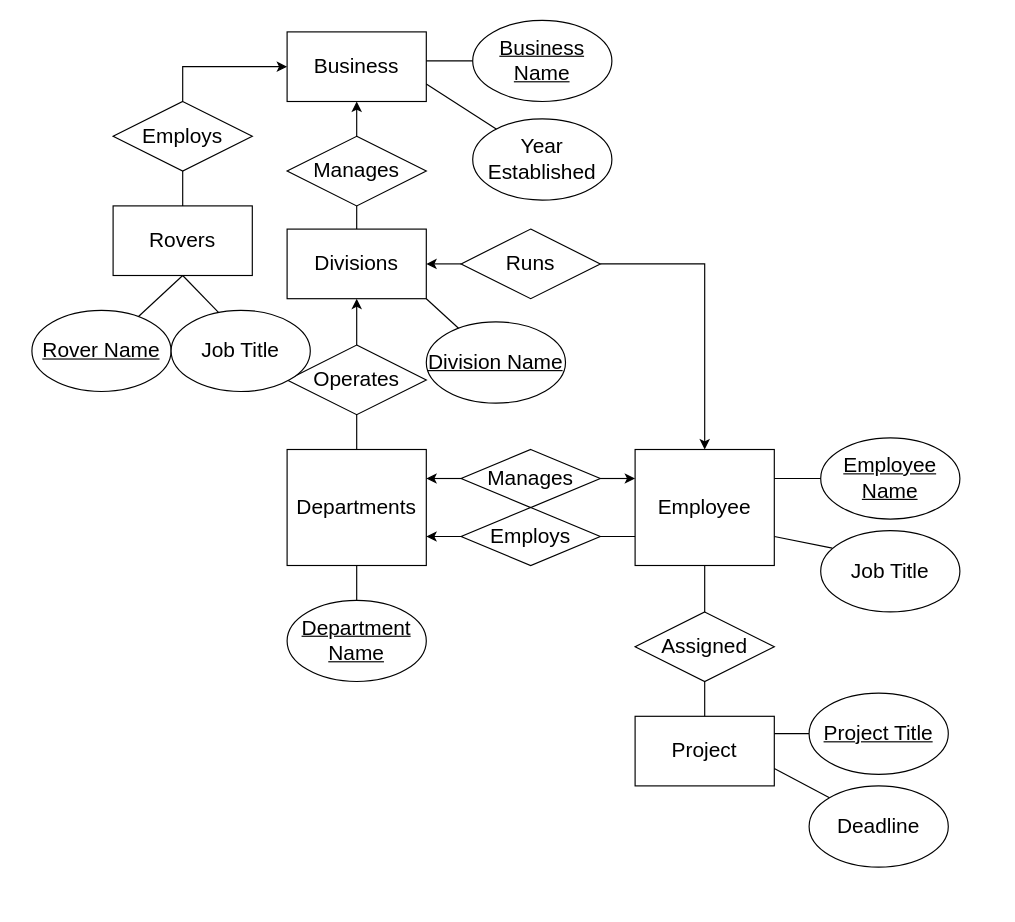
Before: business.drawio in lucylee-412/CISC-3810, a draw.io diagram. Source tidied: cells renumbered, new cells numbered last; positions are measured from the earlier drawing's top-left corner, leaving out a move shared by most shapes. Both pictures are drawn from the tidied source at 116%, with x=0, y=0 at pixel (31, 20).
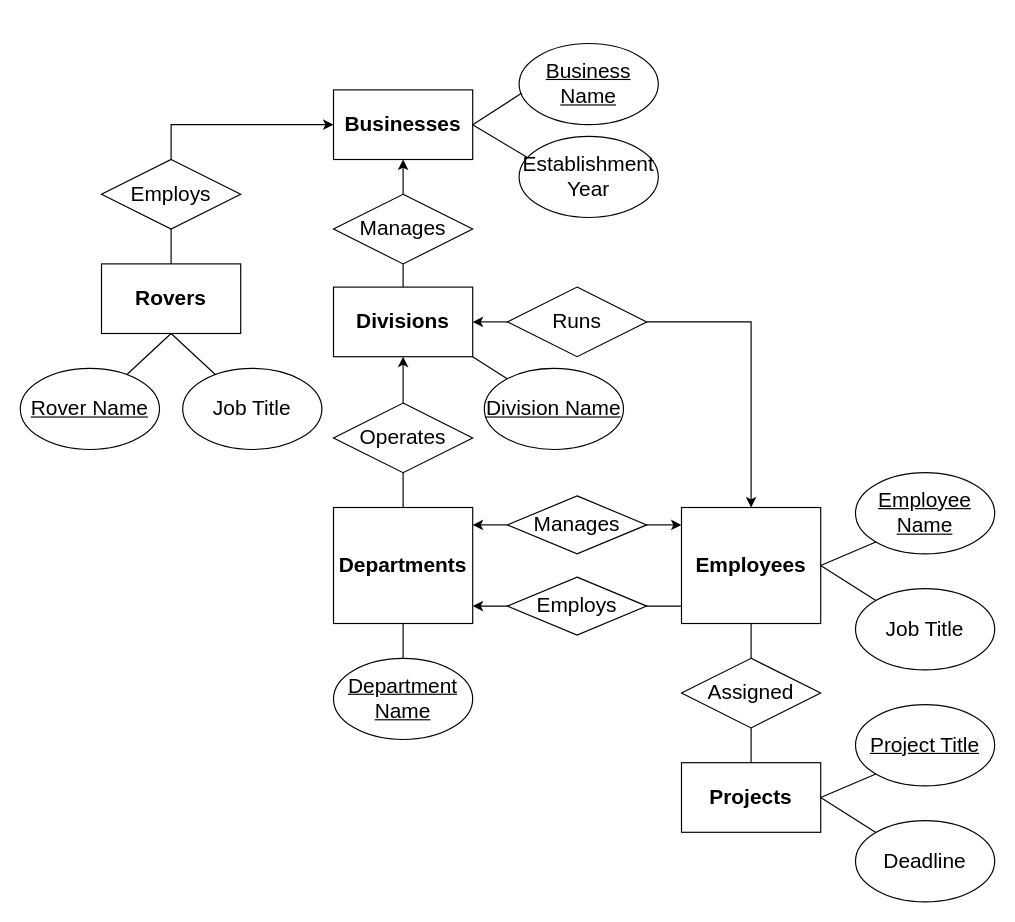
The same diagram, later.

Commit message:
Fix spacing for readability

Change to the diagram source:
```diff
@@
-    <mxCell id="2" value="&lt;font style=&quot;font-size: 18px&quot;&gt;Departments&lt;/font&gt;" style="rounded=0;whiteSpace=wrap;html=1;" parent="1" vertex="1">
-      <mxGeometry x="220" y="370" width="120" height="100" as="geometry" />
+    <mxCell id="2" value="&lt;font style=&quot;font-size: 18px&quot;&gt;&lt;b&gt;Departments&lt;/b&gt;&lt;/font&gt;" style="rounded=0;whiteSpace=wrap;html=1;" parent="1" vertex="1">
+      <mxGeometry x="260" y="420" width="120" height="100" as="geometry" />
     </mxCell>
     <mxCell id="3" value="Manages" style="rhombus;whiteSpace=wrap;html=1;fontSize=18;" parent="1" vertex="1">
-      <mxGeometry x="370" y="370" width="120" height="50" as="geometry" />
+      <mxGeometry x="410" y="410" width="120" height="50" as="geometry" />
     </mxCell>
-    <mxCell id="4" value="&lt;font style=&quot;font-size: 18px&quot;&gt;Employee&lt;/font&gt;" style="rounded=0;whiteSpace=wrap;html=1;" parent="1" vertex="1">
-      <mxGeometry x="520" y="370" width="120" height="100" as="geometry" />
+    <mxCell id="4" value="&lt;font style=&quot;font-size: 18px&quot;&gt;&lt;b&gt;Employees&lt;/b&gt;&lt;/font&gt;" style="rounded=0;whiteSpace=wrap;html=1;" parent="1" vertex="1">
+      <mxGeometry x="560" y="420" width="120" height="100" as="geometry" />
     </mxCell>
@@
-    <mxCell id="6" value="&lt;font style=&quot;font-size: 18px&quot;&gt;Business&lt;/font&gt;" style="rounded=0;whiteSpace=wrap;html=1;" parent="1" vertex="1">
-      <mxGeometry x="220" y="10" width="120" height="60" as="geometry" />
+    <mxCell id="6" value="&lt;font style=&quot;font-size: 18px&quot;&gt;&lt;b&gt;Businesses&lt;/b&gt;&lt;/font&gt;" style="rounded=0;whiteSpace=wrap;html=1;" parent="1" vertex="1">
+      <mxGeometry x="260" y="60" width="120" height="60" as="geometry" />
     </mxCell>
-    <mxCell id="7" style="endArrow=classic;html=1;rounded=0;entryX=1;entryY=0.25;entryDx=0;entryDy=0;" parent="1" edge="1" source="3" target="2">
-      <mxGeometry relative="1" as="geometry" />
+    <mxCell id="7" style="endArrow=classic;html=1;rounded=0;entryX=1;entryY=0.25;entryDx=0;entryDy=0;" parent="1" edge="1" source="3">
+      <mxGeometry relative="1" as="geometry">
+        <mxPoint x="380" y="435" as="targetPoint" />
+      </mxGeometry>
     </mxCell>
-    <mxCell id="8" value="&lt;font style=&quot;font-size: 18px&quot;&gt;Rovers&lt;/font&gt;" style="rounded=0;whiteSpace=wrap;html=1;" parent="1" vertex="1">
-      <mxGeometry x="70" y="160" width="120" height="60" as="geometry" />
+    <mxCell id="8" value="&lt;font style=&quot;font-size: 18px&quot;&gt;&lt;b&gt;Rovers&lt;/b&gt;&lt;/font&gt;" style="rounded=0;whiteSpace=wrap;html=1;" parent="1" vertex="1">
+      <mxGeometry x="60" y="210" width="120" height="60" as="geometry" />
     </mxCell>
     <mxCell id="9" style="endArrow=classic;html=1;rounded=0;fontSize=16;exitX=0.5;exitY=0;exitDx=0;exitDy=0;entryX=0;entryY=0.5;entryDx=0;entryDy=0;startArrow=none;" parent="1" edge="1" source="14" target="6">
       <mxGeometry relative="1" as="geometry">
         <Array as="points">
-          <mxPoint x="130" y="40" />
+          <mxPoint x="120" y="90" />
         </Array>
       </mxGeometry>
     </mxCell>
-    <mxCell id="10" value="&lt;font style=&quot;font-size: 18px&quot;&gt;Divisions&lt;/font&gt;" style="rounded=0;whiteSpace=wrap;html=1;" parent="1" vertex="1">
-      <mxGeometry x="220" y="180" width="120" height="60" as="geometry" />
+    <mxCell id="10" value="&lt;font style=&quot;font-size: 18px&quot;&gt;&lt;b&gt;Divisions&lt;/b&gt;&lt;/font&gt;" style="rounded=0;whiteSpace=wrap;html=1;" parent="1" vertex="1">
+      <mxGeometry x="260" y="230" width="120" height="60" as="geometry" />
     </mxCell>
@@
-    <mxCell id="12" value="&lt;font style=&quot;font-size: 18px&quot;&gt;Project&lt;/font&gt;" style="rounded=0;whiteSpace=wrap;html=1;" parent="1" vertex="1">
-      <mxGeometry x="520" y="600" width="120" height="60" as="geometry" />
+    <mxCell id="12" value="&lt;font style=&quot;font-size: 18px&quot;&gt;&lt;b&gt;Projects&lt;/b&gt;&lt;/font&gt;" style="rounded=0;whiteSpace=wrap;html=1;" parent="1" vertex="1">
+      <mxGeometry x="560" y="640" width="120" height="60" as="geometry" />
     </mxCell>
     <mxCell id="13" value="Manages" style="rhombus;whiteSpace=wrap;html=1;fontSize=18;" parent="1" vertex="1">
-      <mxGeometry x="220" y="100" width="120" height="60" as="geometry" />
+      <mxGeometry x="260" y="150" width="120" height="60" as="geometry" />
     </mxCell>
     <mxCell id="14" value="Employs" style="rhombus;whiteSpace=wrap;html=1;fontSize=18;" parent="1" vertex="1">
-      <mxGeometry x="70" y="70" width="120" height="60" as="geometry" />
+      <mxGeometry x="60" y="120" width="120" height="60" as="geometry" />
     </mxCell>
@@
     <mxCell id="16" value="Operates" style="rhombus;whiteSpace=wrap;html=1;fontSize=18;" parent="1" vertex="1">
-      <mxGeometry x="220" y="280" width="120" height="60" as="geometry" />
+      <mxGeometry x="260" y="330" width="120" height="60" as="geometry" />
     </mxCell>
@@
     <mxCell id="18" value="Runs" style="rhombus;whiteSpace=wrap;html=1;fontSize=18;" parent="1" vertex="1">
-      <mxGeometry x="370" y="180" width="120" height="60" as="geometry" />
+      <mxGeometry x="410" y="230" width="120" height="60" as="geometry" />
     </mxCell>
@@
     <mxCell id="20" style="endArrow=classic;html=1;rounded=0;exitX=1;exitY=0.5;exitDx=0;exitDy=0;entryX=0.5;entryY=0;entryDx=0;entryDy=0;" parent="1" edge="1" source="18" target="4">
       <mxGeometry relative="1" as="geometry">
         <Array as="points">
-          <mxPoint x="580" y="210" />
+          <mxPoint x="620" y="260" />
         </Array>
       </mxGeometry>
     </mxCell>
@@
     <mxCell id="22" style="endArrow=none;html=1;rounded=0;exitX=0.5;exitY=0;exitDx=0;exitDy=0;startArrow=none;" parent="1" edge="1" source="26">
       <mxGeometry relative="1" as="geometry">
-        <mxPoint x="580" y="520" as="targetPoint" />
+        <mxPoint x="620" y="570" as="targetPoint" />
       </mxGeometry>
     </mxCell>
-    <mxCell id="23" style="endArrow=classic;html=1;rounded=0;entryX=0;entryY=0.25;entryDx=0;entryDy=0;exitX=1;exitY=0.5;exitDx=0;exitDy=0;" parent="1" edge="1" source="3" target="4">
-      <mxGeometry relative="1" as="geometry" />
+    <mxCell id="23" style="endArrow=classic;html=1;rounded=0;entryX=0;entryY=0.25;entryDx=0;entryDy=0;exitX=1;exitY=0.5;exitDx=0;exitDy=0;" parent="1" edge="1" source="3">
+      <mxGeometry relative="1" as="geometry">
+        <mxPoint x="560" y="435" as="targetPoint" />
+      </mxGeometry>
     </mxCell>
-    <mxCell id="24" style="endArrow=classic;html=1;rounded=0;fontSize=16;exitX=0;exitY=0.75;exitDx=0;exitDy=0;startArrow=none;entryX=1;entryY=0.75;entryDx=0;entryDy=0;" parent="1" edge="1" source="4" target="2">
-      <mxGeometry relative="1" as="geometry" />
+    <mxCell id="24" style="endArrow=classic;html=1;rounded=0;fontSize=16;exitX=0;exitY=0.75;exitDx=0;exitDy=0;startArrow=none;entryX=1;entryY=0.75;entryDx=0;entryDy=0;" parent="1" edge="1">
+      <mxGeometry relative="1" as="geometry">
+        <mxPoint x="560" y="505" as="sourcePoint" />
+        <mxPoint x="380" y="505" as="targetPoint" />
+      </mxGeometry>
     </mxCell>
     <mxCell id="25" value="Employs" style="rhombus;whiteSpace=wrap;html=1;fontSize=18;" parent="1" vertex="1">
-      <mxGeometry x="370" y="420" width="120" height="50" as="geometry" />
+      <mxGeometry x="410" y="480" width="120" height="50" as="geometry" />
     </mxCell>
     <mxCell id="26" value="Assigned" style="rhombus;whiteSpace=wrap;html=1;fontSize=18;" parent="1" vertex="1">
-      <mxGeometry x="520" y="510" width="120" height="60" as="geometry" />
+      <mxGeometry x="560" y="550" width="120" height="60" as="geometry" />
     </mxCell>
@@
     <mxCell id="28" value="&lt;font style=&quot;font-size: 18px&quot;&gt;&lt;u&gt;Employee&lt;br&gt;Name&lt;/u&gt;&lt;br&gt;&lt;/font&gt;" style="ellipse;whiteSpace=wrap;html=1;" parent="1" vertex="1">
-      <mxGeometry x="680" y="360" width="120" height="70" as="geometry" />
+      <mxGeometry x="710" y="390" width="120" height="70" as="geometry" />
     </mxCell>
-    <mxCell id="29" style="endArrow=none;html=1;rounded=0;fontSize=18;exitX=1;exitY=0.25;exitDx=0;exitDy=0;entryX=0;entryY=0.5;entryDx=0;entryDy=0;" parent="1" edge="1" source="4" target="28">
+    <mxCell id="29" style="endArrow=none;html=1;rounded=0;fontSize=18;exitX=1;exitY=0.5;exitDx=0;exitDy=0;entryX=0;entryY=1;entryDx=0;entryDy=0;" parent="1" edge="1" source="4" target="28">
       <mxGeometry relative="1" as="geometry" />
     </mxCell>
-    <mxCell id="30" style="endArrow=none;html=1;rounded=0;fontSize=18;exitX=1;exitY=0.25;exitDx=0;exitDy=0;" parent="1" edge="1" source="12">
-      <mxGeometry relative="1" as="geometry">
-        <mxPoint x="670" y="615" as="targetPoint" />
-      </mxGeometry>
+    <mxCell id="30" style="endArrow=none;html=1;rounded=0;fontSize=18;exitX=1;exitY=0.5;exitDx=0;exitDy=0;entryX=0;entryY=1;entryDx=0;entryDy=0;" parent="1" edge="1" source="12" target="31">
+      <mxGeometry relative="1" as="geometry" />
     </mxCell>
     <mxCell id="31" value="&lt;font style=&quot;font-size: 18px&quot;&gt;&lt;u&gt;Project Title&lt;/u&gt;&lt;br&gt;&lt;/font&gt;" style="ellipse;whiteSpace=wrap;html=1;" parent="1" vertex="1">
-      <mxGeometry x="670" y="580" width="120" height="70" as="geometry" />
+      <mxGeometry x="710" y="590" width="120" height="70" as="geometry" />
     </mxCell>
-    <mxCell id="32" style="endArrow=none;html=1;rounded=0;fontSize=18;exitX=1;exitY=0.75;exitDx=0;exitDy=0;entryX=0;entryY=0;entryDx=0;entryDy=0;" parent="1" edge="1" source="12" target="33">
+    <mxCell id="32" style="endArrow=none;html=1;rounded=0;fontSize=18;exitX=1;exitY=0.5;exitDx=0;exitDy=0;entryX=0;entryY=0;entryDx=0;entryDy=0;" parent="1" edge="1" source="12" target="33">
       <mxGeometry relative="1" as="geometry" />
     </mxCell>
     <mxCell id="33" value="&lt;font style=&quot;font-size: 18px&quot;&gt;Deadline&lt;br&gt;&lt;/font&gt;" style="ellipse;whiteSpace=wrap;html=1;" parent="1" vertex="1">
-      <mxGeometry x="670" y="660" width="120" height="70" as="geometry" />
+      <mxGeometry x="710" y="690" width="120" height="70" as="geometry" />
     </mxCell>
-    <mxCell id="34" style="endArrow=none;html=1;rounded=0;fontSize=18;exitX=1;exitY=0.75;exitDx=0;exitDy=0;entryX=0.083;entryY=0.214;entryDx=0;entryDy=0;entryPerimeter=0;" parent="1" edge="1" source="4" target="35">
+    <mxCell id="34" style="endArrow=none;html=1;rounded=0;fontSize=18;exitX=1;exitY=0.5;exitDx=0;exitDy=0;entryX=0;entryY=0;entryDx=0;entryDy=0;" parent="1" edge="1" source="4" target="35">
       <mxGeometry relative="1" as="geometry" />
     </mxCell>
     <mxCell id="35" value="&lt;font style=&quot;font-size: 18px&quot;&gt;Job Title&lt;br&gt;&lt;/font&gt;" style="ellipse;whiteSpace=wrap;html=1;" parent="1" vertex="1">
-      <mxGeometry x="680" y="440" width="120" height="70" as="geometry" />
+      <mxGeometry x="710" y="490" width="120" height="70" as="geometry" />
     </mxCell>
     <mxCell id="36" value="&lt;font style=&quot;font-size: 18px&quot;&gt;&lt;u&gt;Business Name&lt;/u&gt;&lt;br&gt;&lt;/font&gt;" style="ellipse;whiteSpace=wrap;html=1;" parent="1" vertex="1">
-      <mxGeometry x="380" width="120" height="70" as="geometry" />
+      <mxGeometry x="420" y="20" width="120" height="70" as="geometry" />
     </mxCell>
-    <mxCell id="37" style="endArrow=none;html=1;rounded=0;fontSize=18;exitX=1;exitY=0.25;exitDx=0;exitDy=0;entryX=0;entryY=0.5;entryDx=0;entryDy=0;" parent="1" edge="1" target="36">
+    <mxCell id="37" style="endArrow=none;html=1;rounded=0;fontSize=18;entryX=0.017;entryY=0.614;entryDx=0;entryDy=0;entryPerimeter=0;" parent="1" edge="1" target="36">
       <mxGeometry relative="1" as="geometry">
-        <mxPoint x="340" y="35" as="sourcePoint" />
+        <mxPoint x="380" y="90" as="sourcePoint" />
       </mxGeometry>
     </mxCell>
-    <mxCell id="38" style="endArrow=none;html=1;rounded=0;fontSize=18;exitX=1;exitY=0.75;exitDx=0;exitDy=0;" parent="1" edge="1" source="6">
+    <mxCell id="38" style="endArrow=none;html=1;rounded=0;fontSize=18;exitX=1;exitY=0.5;exitDx=0;exitDy=0;" parent="1" edge="1" source="6">
       <mxGeometry relative="1" as="geometry">
-        <mxPoint x="410" y="100" as="targetPoint" />
+        <mxPoint x="430" y="120" as="targetPoint" />
       </mxGeometry>
     </mxCell>
-    <mxCell id="39" value="&lt;font style=&quot;font-size: 18px&quot;&gt;Year Established&lt;br&gt;&lt;/font&gt;" style="ellipse;whiteSpace=wrap;html=1;" parent="1" vertex="1">
-      <mxGeometry x="380" y="85" width="120" height="70" as="geometry" />
+    <mxCell id="39" value="&lt;font style=&quot;font-size: 18px&quot;&gt;Establishment Year&lt;br&gt;&lt;/font&gt;" style="ellipse;whiteSpace=wrap;html=1;" parent="1" vertex="1">
+      <mxGeometry x="420" y="100" width="120" height="70" as="geometry" />
     </mxCell>
     <mxCell id="40" value="&lt;font style=&quot;font-size: 18px&quot;&gt;&lt;u&gt;Rover Name&lt;/u&gt;&lt;br&gt;&lt;/font&gt;" style="ellipse;whiteSpace=wrap;html=1;" parent="1" vertex="1">
-      <mxGeometry y="250" width="120" height="70" as="geometry" />
+      <mxGeometry x="-10" y="300" width="120" height="70" as="geometry" />
     </mxCell>
     <mxCell id="41" value="&lt;font style=&quot;font-size: 18px&quot;&gt;Job Title&lt;br&gt;&lt;/font&gt;" style="ellipse;whiteSpace=wrap;html=1;" parent="1" vertex="1">
-      <mxGeometry x="120" y="250" width="120" height="70" as="geometry" />
+      <mxGeometry x="130" y="300" width="120" height="70" as="geometry" />
     </mxCell>
@@
-    <mxCell id="43" style="endArrow=none;html=1;rounded=0;fontSize=18;entryX=0.342;entryY=0.029;entryDx=0;entryDy=0;entryPerimeter=0;" parent="1" edge="1" target="41">
+    <mxCell id="43" style="endArrow=none;html=1;rounded=0;fontSize=18;" parent="1" edge="1" target="41">
       <mxGeometry relative="1" as="geometry">
-        <mxPoint x="130" y="220" as="sourcePoint" />
+        <mxPoint x="120" y="270" as="sourcePoint" />
       </mxGeometry>
     </mxCell>
     <mxCell id="44" value="&lt;font style=&quot;font-size: 18px&quot;&gt;&lt;u&gt;Department Name&lt;/u&gt;&lt;br&gt;&lt;/font&gt;" style="ellipse;whiteSpace=wrap;html=1;" parent="1" vertex="1">
-      <mxGeometry x="220" y="500" width="120" height="70" as="geometry" />
+      <mxGeometry x="260" y="550" width="120" height="70" as="geometry" />
     </mxCell>
@@
     <mxCell id="46" value="&lt;font style=&quot;font-size: 18px&quot;&gt;&lt;u&gt;Division Name&lt;/u&gt;&lt;br&gt;&lt;/font&gt;" style="ellipse;whiteSpace=wrap;html=1;" parent="1" vertex="1">
-      <mxGeometry x="340" y="260" width="120" height="70" as="geometry" />
+      <mxGeometry x="390" y="300" width="120" height="70" as="geometry" />
     </mxCell>
```
